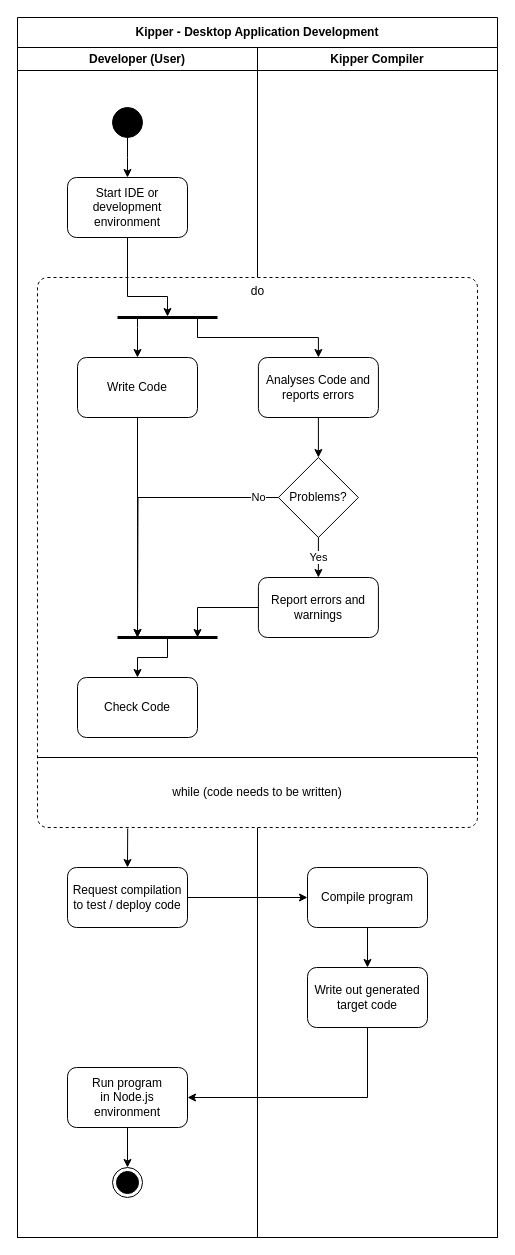
Before: img/Kipper-Desktop-Application-Development-ACD.drawio in WMC-AHIF-2022/Kipper, a draw.io diagram. Source tidied: cells renumbered, new cells numbered last; positions are measured from the earlier drawing's top-left corner, leaving out a move shared by most shapes. Both pictures are drawn from the tidied source at 100%, with x=0, y=0 at pixel (17, 17).
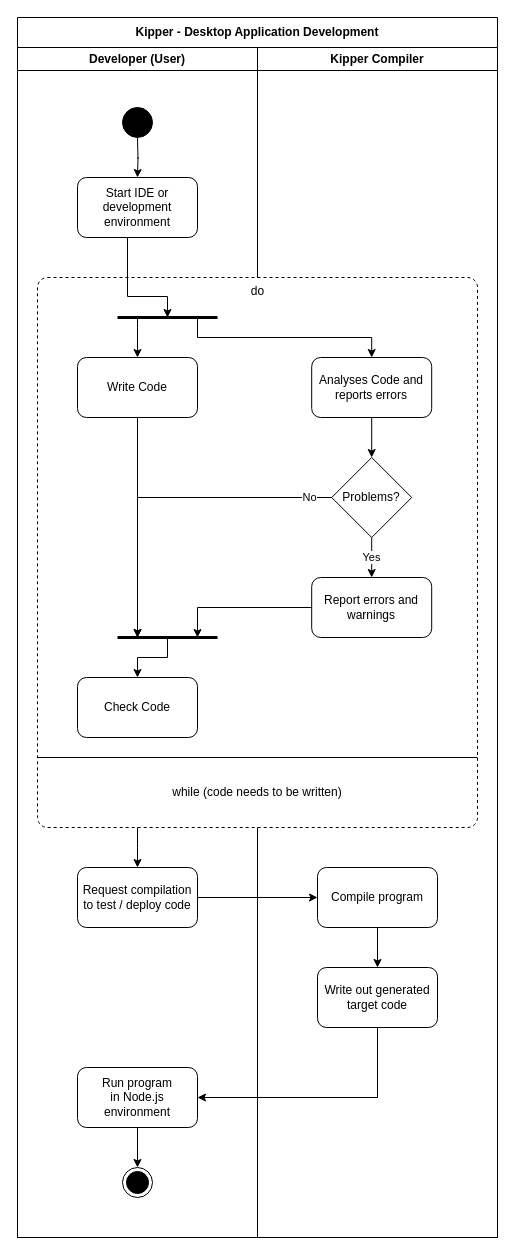
After the change.

The change refers to these unchanged cells:
```xml
<mxCell id="4" value="Developer (User)" style="swimlane;whiteSpace=wrap;html=1;startSize=23;" parent="2" vertex="1">
  <mxGeometry y="30" width="240" height="1190" as="geometry" />
</mxCell>
<mxCell id="22" value="Write Code" style="rounded=1;whiteSpace=wrap;html=1;" parent="1" vertex="1">
  <mxGeometry x="60" y="340" width="120" height="60" as="geometry" />
</mxCell>
<mxCell id="23" value="Check Code" style="rounded=1;whiteSpace=wrap;html=1;" parent="1" vertex="1">
  <mxGeometry x="60" y="660" width="120" height="60" as="geometry" />
</mxCell>
```

What changed in the source:
```diff
@@
-    <mxCell id="5" style="ellipse;fillColor=strokeColor;" parent="4" vertex="1">
-      <mxGeometry x="95" y="60" width="30" height="30" as="geometry" />
-    </mxCell>
-    <mxCell id="6" style="edgeStyle=orthogonalEdgeStyle;rounded=0;jettySize=auto;html=1;exitX=0.5;exitY=1;exitDx=0;exitDy=0;entryX=0.5;entryY=0;entryDx=0;entryDy=0;" parent="4" edge="1" source="5">
-      <mxGeometry relative="1" as="geometry">
-        <mxPoint x="110" y="130" as="targetPoint" />
-      </mxGeometry>
-    </mxCell>
-    <mxCell id="7" style="ellipse;html=1;shape=endState;fillColor=strokeColor;" parent="4" vertex="1">
-      <mxGeometry x="95" y="1120" width="30" height="30" as="geometry" />
-    </mxCell>
+    <mxCell id="12" value="Compile program" style="rounded=1;whiteSpace=wrap;html=1;" parent="1" vertex="1">
+      <mxGeometry x="300" y="850" width="120" height="60" as="geometry" />
+    </mxCell>
+    <mxCell id="14" value="Write out generated&lt;br&gt;target code" style="rounded=1;whiteSpace=wrap;html=1;" parent="1" vertex="1">
+      <mxGeometry x="300" y="950" width="120" height="60" as="geometry" />
+    </mxCell>
+    <mxCell id="11" style="edgeStyle=orthogonalEdgeStyle;rounded=0;jettySize=auto;html=1;exitX=0.5;exitY=1;exitDx=0;exitDy=0;entryX=0.5;entryY=0;entryDx=0;entryDy=0;" parent="1" edge="1" source="12" target="14">
+      <mxGeometry relative="1" as="geometry" />
+    </mxCell>
+    <mxCell id="38" style="ellipse;fillColor=strokeColor;" parent="1" vertex="1">
+      <mxGeometry x="105" y="90" width="30" height="30" as="geometry" />
+    </mxCell>
+    <mxCell id="39" style="edgeStyle=orthogonalEdgeStyle;rounded=0;orthogonalLoop=1;jettySize=auto;html=1;exitX=0.5;exitY=1;exitDx=0;exitDy=0;entryX=0.5;entryY=0;entryDx=0;entryDy=0;" parent="1" edge="1">
+      <mxGeometry relative="1" as="geometry">
+        <mxPoint x="120" y="120" as="sourcePoint" />
+        <mxPoint x="120" y="160" as="targetPoint" />
+      </mxGeometry>
+    </mxCell>
+    <mxCell id="40" style="ellipse;html=1;shape=endState;fillColor=strokeColor;" parent="1" vertex="1">
+      <mxGeometry x="105" y="1150" width="30" height="30" as="geometry" />
+    </mxCell>
-    <mxCell id="8" value="Start IDE or development&lt;br&gt;environment" style="rounded=1;whiteSpace=wrap;html=1;" parent="4" vertex="1">
-      <mxGeometry x="50" y="130" width="120" height="60" as="geometry" />
+    <mxCell id="8" value="Start IDE or development&lt;br&gt;environment" style="rounded=1;whiteSpace=wrap;html=1;" parent="1" vertex="1">
+      <mxGeometry x="60" y="160" width="120" height="60" as="geometry" />
     </mxCell>
-    <mxCell id="9" style="edgeStyle=orthogonalEdgeStyle;rounded=0;jettySize=auto;html=1;exitX=0.5;exitY=1;exitDx=0;exitDy=0;entryX=0.5;entryY=0;entryDx=0;entryDy=0;strokeWidth=1;endArrow=classic;endFill=1;" parent="4" edge="1" source="10" target="7">
-      <mxGeometry relative="1" as="geometry" />
-    </mxCell>
+    <mxCell id="41" style="edgeStyle=orthogonalEdgeStyle;rounded=0;jettySize=auto;html=1;exitX=0.5;exitY=1;exitDx=0;exitDy=0;entryX=0.5;entryY=0;entryDx=0;entryDy=0;strokeWidth=1;endArrow=classic;endFill=1;" parent="1" edge="1" source="10" target="40">
+      <mxGeometry relative="1" as="geometry" />
+    </mxCell>
-    <mxCell id="10" value="Run program &lt;br&gt;in Node.js environment" style="rounded=1;whiteSpace=wrap;html=1;" parent="4" vertex="1">
-      <mxGeometry x="50" y="1020" width="120" height="60" as="geometry" />
+    <mxCell id="10" value="Run program &lt;br&gt;in Node.js environment" style="rounded=1;whiteSpace=wrap;html=1;" parent="1" vertex="1">
+      <mxGeometry x="60" y="1050" width="120" height="60" as="geometry" />
     </mxCell>
-    <mxCell id="11" style="edgeStyle=orthogonalEdgeStyle;rounded=0;jettySize=auto;html=1;exitX=0.5;exitY=1;exitDx=0;exitDy=0;entryX=0.5;entryY=0;entryDx=0;entryDy=0;" parent="4" edge="1" source="12" target="14">
-      <mxGeometry relative="1" as="geometry" />
-    </mxCell>
-    <mxCell id="12" value="Compile program" style="rounded=1;whiteSpace=wrap;html=1;" parent="4" vertex="1">
-      <mxGeometry x="290" y="820" width="120" height="60" as="geometry" />
-    </mxCell>
+    <mxCell id="15" value="Request compilation&lt;br style=&quot;border-color: var(--border-color);&quot;&gt;to test / deploy code" style="rounded=1;whiteSpace=wrap;html=1;" parent="1" vertex="1">
+      <mxGeometry x="60" y="850" width="120" height="60" as="geometry" />
+    </mxCell>
+    <mxCell id="17" value="do" style="html=1;align=center;verticalAlign=top;rounded=1;absoluteArcSize=1;arcSize=20;dashed=1;" parent="1" vertex="1">
+      <mxGeometry x="20" y="260" width="440" height="550" as="geometry" />
+    </mxCell>
+    <mxCell id="19" value="while (code needs to be written)" style="text;html=1;strokeColor=none;fillColor=none;align=center;verticalAlign=middle;whiteSpace=wrap;rounded=0;" parent="1" vertex="1">
+      <mxGeometry x="20" y="740" width="440" height="70" as="geometry" />
+    </mxCell>
+    <mxCell id="24" style="endArrow=none;html=1;rounded=0;entryX=1;entryY=0;entryDx=0;entryDy=0;exitX=0;exitY=0;exitDx=0;exitDy=0;" parent="1" edge="1" source="19" target="19">
+      <mxGeometry relative="1" as="geometry" />
+    </mxCell>
+    <mxCell id="42" style="edgeStyle=orthogonalEdgeStyle;rounded=0;jettySize=auto;html=1;entryX=0.5;entryY=0;entryDx=0;entryDy=0;" parent="1" edge="1" target="15">
+      <mxGeometry x="-0.71" y="-10" relative="1" as="geometry">
+        <mxPoint x="120" y="810" as="sourcePoint" />
+        <Array as="points">
+          <mxPoint x="120" y="830" />
+          <mxPoint x="120" y="830" />
+        </Array>
+      </mxGeometry>
+    </mxCell>
+    <mxCell id="16" style="edgeStyle=orthogonalEdgeStyle;rounded=0;jettySize=auto;html=1;exitX=1;exitY=0.5;exitDx=0;exitDy=0;entryX=0;entryY=0.5;entryDx=0;entryDy=0;strokeWidth=1;endArrow=classic;endFill=1;" parent="1" edge="1" source="15" target="12">
+      <mxGeometry relative="1" as="geometry" />
+    </mxCell>
-    <mxCell id="13" style="edgeStyle=orthogonalEdgeStyle;rounded=0;jettySize=auto;html=1;exitX=0.5;exitY=1;exitDx=0;exitDy=0;entryX=1;entryY=0.5;entryDx=0;entryDy=0;" parent="4" edge="1" source="14" target="10">
+    <mxCell id="13" style="edgeStyle=orthogonalEdgeStyle;rounded=0;jettySize=auto;html=1;exitX=0.5;exitY=1;exitDx=0;exitDy=0;entryX=1;entryY=0.5;entryDx=0;entryDy=0;" parent="1" edge="1" source="14" target="10">
       <mxGeometry relative="1" as="geometry" />
     </mxCell>
-    <mxCell id="14" value="Write out generated&lt;br&gt;target code" style="rounded=1;whiteSpace=wrap;html=1;" parent="4" vertex="1">
-      <mxGeometry x="290" y="920" width="120" height="60" as="geometry" />
-    </mxCell>
-    <mxCell id="15" value="Request compilation&lt;br style=&quot;border-color: var(--border-color);&quot;&gt;to test / deploy code" style="rounded=1;whiteSpace=wrap;html=1;" parent="4" vertex="1">
-      <mxGeometry x="50" y="820" width="120" height="60" as="geometry" />
-    </mxCell>
-    <mxCell id="16" style="edgeStyle=orthogonalEdgeStyle;rounded=0;jettySize=auto;html=1;exitX=1;exitY=0.5;exitDx=0;exitDy=0;entryX=0;entryY=0.5;entryDx=0;entryDy=0;strokeWidth=1;endArrow=classic;endFill=1;" parent="4" edge="1" source="15" target="12">
-      <mxGeometry relative="1" as="geometry" />
-    </mxCell>
-    <mxCell id="17" value="do" style="html=1;align=center;verticalAlign=top;rounded=1;absoluteArcSize=1;arcSize=20;dashed=1;" parent="1" vertex="1">
-      <mxGeometry x="20" y="260" width="440" height="550" as="geometry" />
-    </mxCell>
-    <mxCell id="18" style="edgeStyle=orthogonalEdgeStyle;rounded=0;jettySize=auto;html=1;exitX=0.205;exitY=1.014;exitDx=0;exitDy=0;entryX=0.5;entryY=0;entryDx=0;entryDy=0;exitPerimeter=0;" parent="1" edge="1" source="19" target="15">
-      <mxGeometry relative="1" as="geometry" />
-    </mxCell>
-    <mxCell id="19" value="while (code needs to be written)" style="text;html=1;strokeColor=none;fillColor=none;align=center;verticalAlign=middle;whiteSpace=wrap;rounded=0;" parent="1" vertex="1">
-      <mxGeometry x="20" y="740" width="440" height="70" as="geometry" />
-    </mxCell>
-    <mxCell id="20" style="html=1;rounded=0;strokeWidth=3;endArrow=none;endFill=0;" parent="1" edge="1">
-      <mxGeometry relative="1" as="geometry">
-        <mxPoint x="100" y="300" as="sourcePoint" />
-        <mxPoint x="200" y="300" as="targetPoint" />
-        <Array as="points">
-          <mxPoint x="160" y="300" />
-        </Array>
-      </mxGeometry>
-    </mxCell>
-    <mxCell id="21" style="edgeStyle=orthogonalEdgeStyle;rounded=0;jettySize=auto;html=1;exitX=0.5;exitY=1;exitDx=0;exitDy=0;strokeWidth=1;endArrow=classic;endFill=1;" parent="1" edge="1" source="22">
-      <mxGeometry relative="1" as="geometry">
-        <mxPoint x="120" y="620" as="targetPoint" />
-      </mxGeometry>
-    </mxCell>
+    <mxCell id="43" style="html=1;rounded=0;strokeWidth=3;endArrow=none;endFill=0;" parent="1" edge="1">
+      <mxGeometry relative="1" as="geometry">
+        <mxPoint x="100" y="300" as="sourcePoint" />
+        <mxPoint x="200" y="300" as="targetPoint" />
+        <Array as="points">
+          <mxPoint x="160" y="300" />
+        </Array>
+      </mxGeometry>
+    </mxCell>
+    <mxCell id="44" style="edgeStyle=orthogonalEdgeStyle;rounded=0;jettySize=auto;html=1;exitX=0.5;exitY=1;exitDx=0;exitDy=0;strokeWidth=1;endArrow=classic;endFill=1;" parent="1" edge="1" source="22">
+      <mxGeometry relative="1" as="geometry">
+        <mxPoint x="120" y="620" as="targetPoint" />
+      </mxGeometry>
+    </mxCell>
@@
-    <mxCell id="24" style="endArrow=none;html=1;rounded=0;entryX=1;entryY=0;entryDx=0;entryDy=0;exitX=0;exitY=0;exitDx=0;exitDy=0;" parent="1" edge="1" source="19" target="19">
-      <mxGeometry relative="1" as="geometry" />
-    </mxCell>
-    <mxCell id="25" style="html=1;rounded=0;strokeWidth=3;endArrow=none;endFill=0;" parent="1" edge="1">
-      <mxGeometry x="1" y="-45" relative="1" as="geometry">
-        <mxPoint x="100" y="620" as="sourcePoint" />
-        <mxPoint x="200" y="620" as="targetPoint" />
-        <Array as="points">
-          <mxPoint x="160" y="620" />
-        </Array>
-        <mxPoint x="40" y="-25" as="offset" />
-      </mxGeometry>
-    </mxCell>
-    <mxCell id="26" style="edgeStyle=orthogonalEdgeStyle;rounded=0;jettySize=auto;html=1;entryX=0.5;entryY=0;entryDx=0;entryDy=0;" parent="1" edge="1" target="23">
-      <mxGeometry x="-0.71" y="-10" relative="1" as="geometry">
-        <mxPoint x="150" y="620" as="sourcePoint" />
-        <Array as="points">
-          <mxPoint x="150" y="640" />
-          <mxPoint x="120" y="640" />
-        </Array>
-      </mxGeometry>
-    </mxCell>
+    <mxCell id="45" style="html=1;rounded=0;strokeWidth=3;endArrow=none;endFill=0;" parent="1" edge="1">
+      <mxGeometry x="1" y="-45" relative="1" as="geometry">
+        <mxPoint x="100" y="620" as="sourcePoint" />
+        <mxPoint x="200" y="620" as="targetPoint" />
+        <Array as="points">
+          <mxPoint x="160" y="620" />
+        </Array>
+        <mxPoint x="40" y="-25" as="offset" />
+      </mxGeometry>
+    </mxCell>
+    <mxCell id="46" style="edgeStyle=orthogonalEdgeStyle;rounded=0;jettySize=auto;html=1;entryX=0.5;entryY=0;entryDx=0;entryDy=0;" parent="1" edge="1" target="23">
+      <mxGeometry x="-0.71" y="-10" relative="1" as="geometry">
+        <mxPoint x="150" y="620" as="sourcePoint" />
+        <Array as="points">
+          <mxPoint x="150" y="640" />
+          <mxPoint x="120" y="640" />
+        </Array>
+      </mxGeometry>
+    </mxCell>
     <mxCell id="27" value="Analyses Code and reports errors" style="rounded=1;whiteSpace=wrap;html=1;" parent="1" vertex="1">
-      <mxGeometry x="240.9" y="340" width="120" height="60" as="geometry" />
+      <mxGeometry x="294.2" y="340" width="120" height="60" as="geometry" />
     </mxCell>
     <mxCell id="28" value="Problems?" style="rhombus;whiteSpace=wrap;html=1;" parent="1" vertex="1">
-      <mxGeometry x="260.9" y="440" width="80" height="80" as="geometry" />
+      <mxGeometry x="314.2" y="440" width="80" height="80" as="geometry" />
     </mxCell>
@@
     <mxCell id="30" value="Report errors and warnings" style="rounded=1;whiteSpace=wrap;html=1;" parent="1" vertex="1">
-      <mxGeometry x="240.9" y="560" width="120" height="60" as="geometry" />
+      <mxGeometry x="294.2" y="560" width="120" height="60" as="geometry" />
     </mxCell>
@@
-    <mxCell id="32" style="edgeStyle=orthogonalEdgeStyle;rounded=0;jettySize=auto;html=1;strokeWidth=1;endArrow=classic;endFill=1;exitX=0;exitY=0.5;exitDx=0;exitDy=0;" parent="1" edge="1" source="30">
-      <mxGeometry relative="1" as="geometry">
-        <mxPoint x="180" y="620" as="targetPoint" />
-        <Array as="points">
-          <mxPoint x="180" y="590" />
-        </Array>
-      </mxGeometry>
-    </mxCell>
-    <mxCell id="33" style="endArrow=classic;html=1;rounded=0;strokeWidth=1;entryX=0.5;entryY=0;entryDx=0;entryDy=0;edgeStyle=orthogonalEdgeStyle;" parent="1" edge="1" target="22">
-      <mxGeometry relative="1" as="geometry">
-        <mxPoint x="120" y="300" as="sourcePoint" />
-        <Array as="points">
-          <mxPoint x="120" y="310" />
-          <mxPoint x="120" y="310" />
-        </Array>
-      </mxGeometry>
-    </mxCell>
-    <mxCell id="34" style="endArrow=classic;html=1;rounded=0;strokeWidth=1;edgeStyle=orthogonalEdgeStyle;entryX=0.5;entryY=0;entryDx=0;entryDy=0;" parent="1" edge="1" target="27">
-      <mxGeometry relative="1" as="geometry">
-        <mxPoint x="180" y="300" as="sourcePoint" />
-        <Array as="points">
-          <mxPoint x="180" y="320" />
-          <mxPoint x="301" y="320" />
-        </Array>
-      </mxGeometry>
-    </mxCell>
-    <mxCell id="35" style="edgeStyle=orthogonalEdgeStyle;rounded=0;jettySize=auto;html=1;strokeWidth=1;endArrow=classic;endFill=1;" parent="1" edge="1" source="28">
-      <mxGeometry relative="1" as="geometry">
-        <mxPoint x="120" y="620" as="targetPoint" />
-      </mxGeometry>
-    </mxCell>
+    <mxCell id="47" style="edgeStyle=orthogonalEdgeStyle;rounded=0;jettySize=auto;html=1;strokeWidth=1;endArrow=classic;endFill=1;exitX=0;exitY=0.5;exitDx=0;exitDy=0;" parent="1" edge="1" source="30">
+      <mxGeometry relative="1" as="geometry">
+        <mxPoint x="180" y="620" as="targetPoint" />
+        <Array as="points">
+          <mxPoint x="180" y="590" />
+          <mxPoint x="180" y="620" />
+        </Array>
+      </mxGeometry>
+    </mxCell>
+    <mxCell id="48" style="endArrow=classic;html=1;rounded=0;strokeWidth=1;entryX=0.5;entryY=0;entryDx=0;entryDy=0;edgeStyle=orthogonalEdgeStyle;" parent="1" edge="1" target="22">
+      <mxGeometry relative="1" as="geometry">
+        <mxPoint x="120" y="300" as="sourcePoint" />
+        <Array as="points">
+          <mxPoint x="120" y="310" />
+          <mxPoint x="120" y="310" />
+        </Array>
+      </mxGeometry>
+    </mxCell>
+    <mxCell id="49" style="endArrow=classic;html=1;rounded=0;strokeWidth=1;edgeStyle=orthogonalEdgeStyle;entryX=0.5;entryY=0;entryDx=0;entryDy=0;" parent="1" edge="1" target="27">
+      <mxGeometry relative="1" as="geometry">
+        <mxPoint x="180" y="300" as="sourcePoint" />
+        <Array as="points">
+          <mxPoint x="180" y="300" />
+          <mxPoint x="180" y="320" />
+          <mxPoint x="370" y="320" />
+        </Array>
+      </mxGeometry>
+    </mxCell>
+    <mxCell id="50" style="edgeStyle=orthogonalEdgeStyle;rounded=0;jettySize=auto;html=1;strokeWidth=1;endArrow=classic;endFill=1;" parent="1" edge="1" source="28">
+      <mxGeometry relative="1" as="geometry">
+        <mxPoint x="120" y="620" as="targetPoint" />
+        <Array as="points">
+          <mxPoint x="120" y="480" />
+          <mxPoint x="120" y="620" />
+        </Array>
+      </mxGeometry>
+    </mxCell>
-    <mxCell id="36" value="No" style="edgeLabel;html=1;align=center;verticalAlign=middle;" parent="35" vertex="1">
+    <mxCell id="36" value="No" style="edgeLabel;html=1;align=center;verticalAlign=middle;" parent="50" vertex="1">
       <mxGeometry x="-0.86" y="-1" relative="1" as="geometry" />
     </mxCell>
-    <mxCell id="37" style="edgeStyle=orthogonalEdgeStyle;rounded=0;jettySize=auto;html=1;exitX=0.5;exitY=1;exitDx=0;exitDy=0;" parent="1" edge="1" source="8">
-      <mxGeometry relative="1" as="geometry">
-        <mxPoint x="150" y="299" as="targetPoint" />
-        <Array as="points">
-          <mxPoint x="110" y="279" />
-          <mxPoint x="150" y="279" />
-        </Array>
-      </mxGeometry>
-    </mxCell>
+    <mxCell id="51" style="edgeStyle=orthogonalEdgeStyle;rounded=0;jettySize=auto;html=1;exitX=0.5;exitY=1;exitDx=0;exitDy=0;" parent="1" edge="1" source="8">
+      <mxGeometry relative="1" as="geometry">
+        <mxPoint x="150" y="300" as="targetPoint" />
+        <Array as="points">
+          <mxPoint x="110" y="279" />
+          <mxPoint x="150" y="279" />
+        </Array>
+      </mxGeometry>
+    </mxCell>
```
